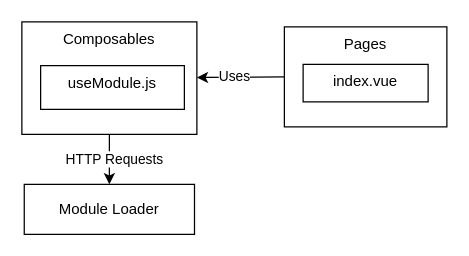
The draw.io diagram drawio/uccnuxt.drawio in ThomasColin1/rapport_pfe, before the edit. Source tidied: cells renumbered, new cells numbered last; positions are measured from the earlier drawing's top-left corner, leaving out a move shared by most shapes. Both pictures are drawn from the tidied source at 125%, with x=0, y=0 at pixel (21, 21).
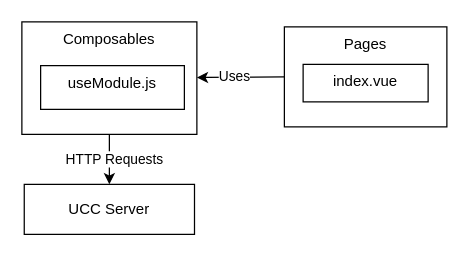
The same page after the edit.

Change to the diagram source:
```diff
@@
 <mxGraphModel>
   <root>
     <mxCell id="0" />
     <mxCell id="1" parent="0" />
     <mxCell id="2" style="edgeStyle=none;html=1;exitX=0.5;exitY=1;exitDx=0;exitDy=0;" parent="1" edge="1" source="4" target="10">
       <mxGeometry relative="1" as="geometry" />
     </mxCell>
     <mxCell id="3" value="HTTP Requests" style="edgeLabel;html=1;align=center;verticalAlign=middle;" parent="2" vertex="1">
       <mxGeometry x="-0.31" y="3" relative="1" as="geometry">
         <mxPoint y="5" as="offset" />
       </mxGeometry>
     </mxCell>
     <mxCell id="4" value="Composables&lt;br&gt;" style="whiteSpace=wrap;html=1;verticalAlign=top;" parent="1" vertex="1">
       <mxGeometry width="140" height="90" as="geometry" />
     </mxCell>
     <mxCell id="5" style="edgeStyle=none;html=1;exitX=0;exitY=0.5;exitDx=0;exitDy=0;" parent="1" edge="1" source="7" target="4">
       <mxGeometry relative="1" as="geometry" />
     </mxCell>
     <mxCell id="6" value="Uses" style="edgeLabel;html=1;align=center;verticalAlign=middle;" parent="5" vertex="1">
       <mxGeometry x="0.15" y="-1" relative="1" as="geometry" />
     </mxCell>
     <mxCell id="7" value="Pages" style="whiteSpace=wrap;html=1;verticalAlign=top;" parent="1" vertex="1">
       <mxGeometry x="210" y="4" width="130" height="80" as="geometry" />
     </mxCell>
     <mxCell id="8" value="index.vue&lt;br&gt;" style="whiteSpace=wrap;html=1;verticalAlign=top;" parent="1" vertex="1">
       <mxGeometry x="225" y="34" width="100" height="30" as="geometry" />
     </mxCell>
     <mxCell id="9" value="useModule.js&lt;br&gt;" style="whiteSpace=wrap;html=1;verticalAlign=top;" parent="1" vertex="1">
       <mxGeometry x="15" y="35" width="115" height="35" as="geometry" />
     </mxCell>
-    <mxCell id="10" value="Module Loader" style="whiteSpace=wrap;html=1;verticalAlign=middle;" parent="1" vertex="1">
+    <mxCell id="10" value="UCC Server" style="whiteSpace=wrap;html=1;verticalAlign=middle;" parent="1" vertex="1">
       <mxGeometry x="1.9" y="130" width="136.2" height="40" as="geometry" />
     </mxCell>
   </root>
 </mxGraphModel>
```
